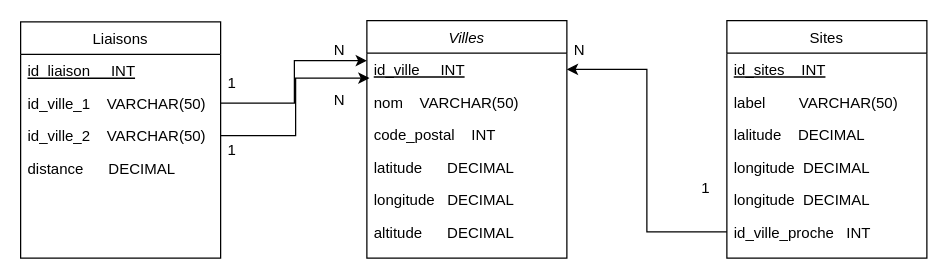
This is projet_initineraire.drawio from CharlynChamptlon/sep24_cde_projet_itineraire, a draw.io file, before an edit. Source tidied: cells renumbered, new cells numbered last; positions are measured from the earlier drawing's top-left corner, leaving out a move shared by most shapes. Both pictures are drawn from the tidied source at 125%, with x=0, y=0 at pixel (20, 20).
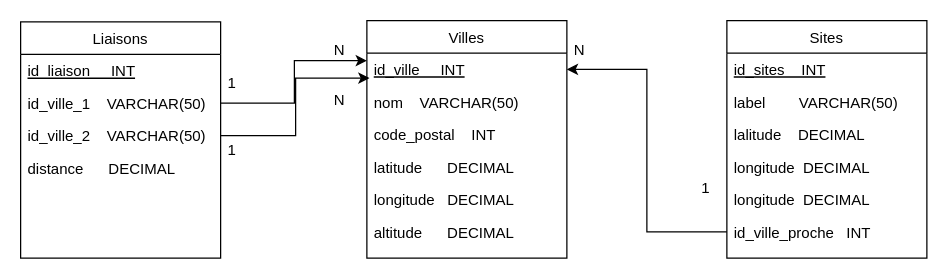
After the change.

Commit message (it also covers changes not shown here):
Mettre à jour projet_initineraire.drawio

The edit, as a diff of the source:
```diff
@@
-    <mxCell id="2" value="Villes" style="swimlane;fontStyle=2;align=center;verticalAlign=top;horizontal=1;startSize=26;rounded=0;shadow=0;strokeWidth=1;" parent="1" vertex="1">
+    <mxCell id="2" value="Villes" style="swimlane;fontStyle=0;align=center;verticalAlign=top;horizontal=1;startSize=26;rounded=0;shadow=0;strokeWidth=1;" parent="1" vertex="1">
       <mxGeometry x="277" width="160" height="190" as="geometry" />
     </mxCell>
```
